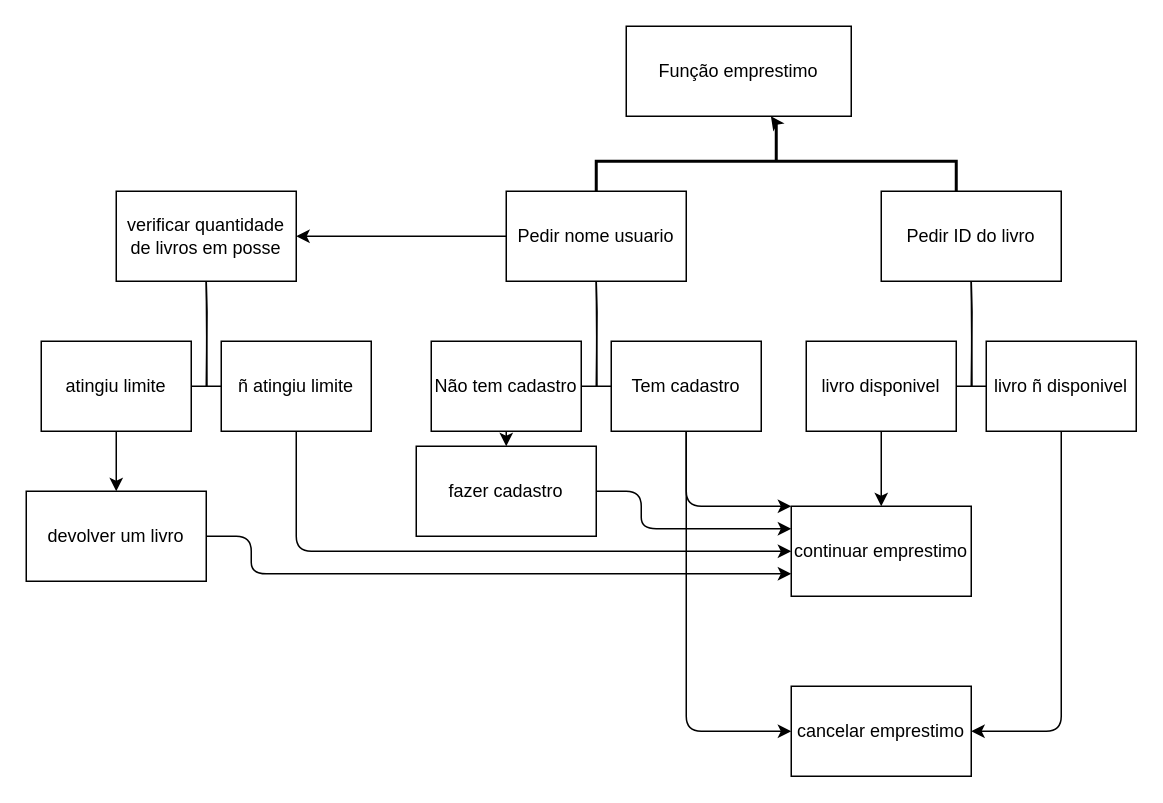
Earlier version of the draw.io diagram Loan_func.drawio (TiagoDongo/Sistema-De-Gerenciamento-De-Biblioteca). Source tidied: cells renumbered, new cells numbered last; positions are measured from the earlier drawing's top-left corner, leaving out a move shared by most shapes. Both pictures are drawn from the tidied source at 150%, with x=0, y=0 at pixel (26, -20).
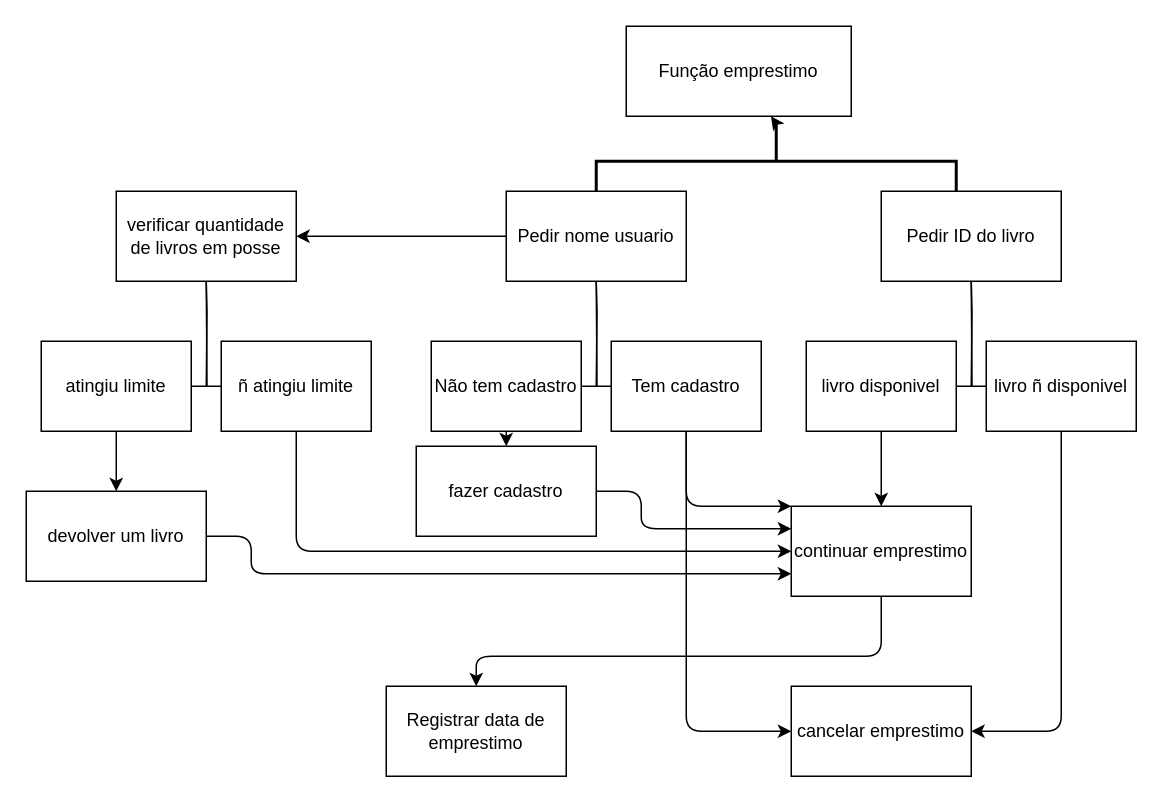
After the change.

Unchanged cells that the change refers to:
```xml
<mxCell id="21" value="continuar emprestimo" style="rounded=0;whiteSpace=wrap;html=1;" parent="1" vertex="1">
  <mxGeometry x="510" y="350" width="120" height="60" as="geometry" />
</mxCell>
```

Diff of the diagram source:
```diff
@@
+    <mxCell id="34" style="edgeStyle=none;html=1;exitX=0.5;exitY=1;exitDx=0;exitDy=0;entryX=0.5;entryY=0;entryDx=0;entryDy=0;" parent="1" edge="1" source="21" target="35">
+      <mxGeometry relative="1" as="geometry">
+        <Array as="points">
+          <mxPoint x="570" y="450" />
+          <mxPoint x="300" y="450" />
+        </Array>
+      </mxGeometry>
+    </mxCell>
@@
+    <mxCell id="35" value="Registrar data de emprestimo" style="whiteSpace=wrap;html=1;" parent="1" vertex="1">
+      <mxGeometry x="240" y="470" width="120" height="60" as="geometry" />
+    </mxCell>
```
